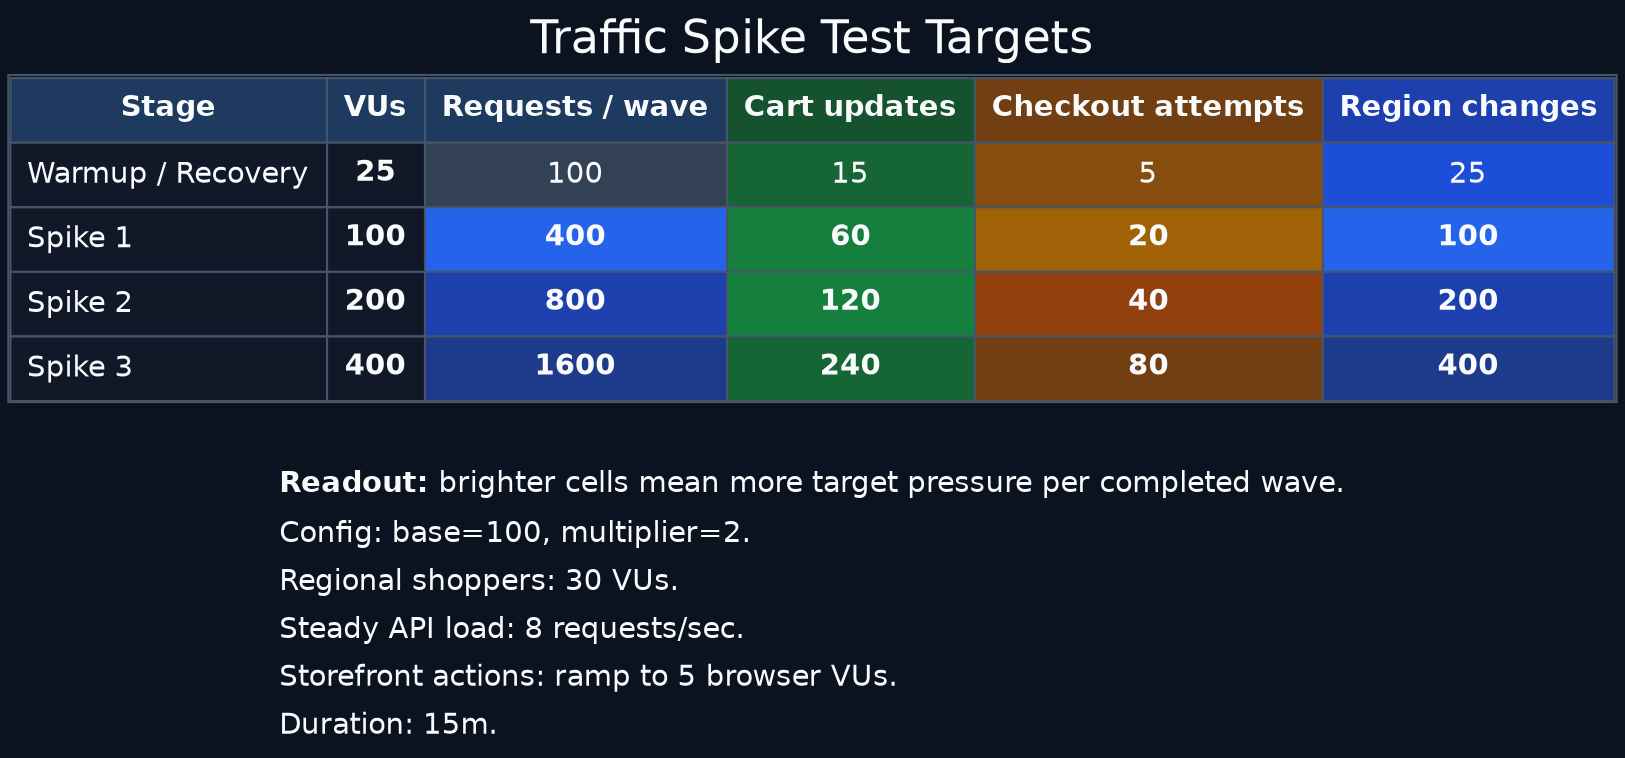
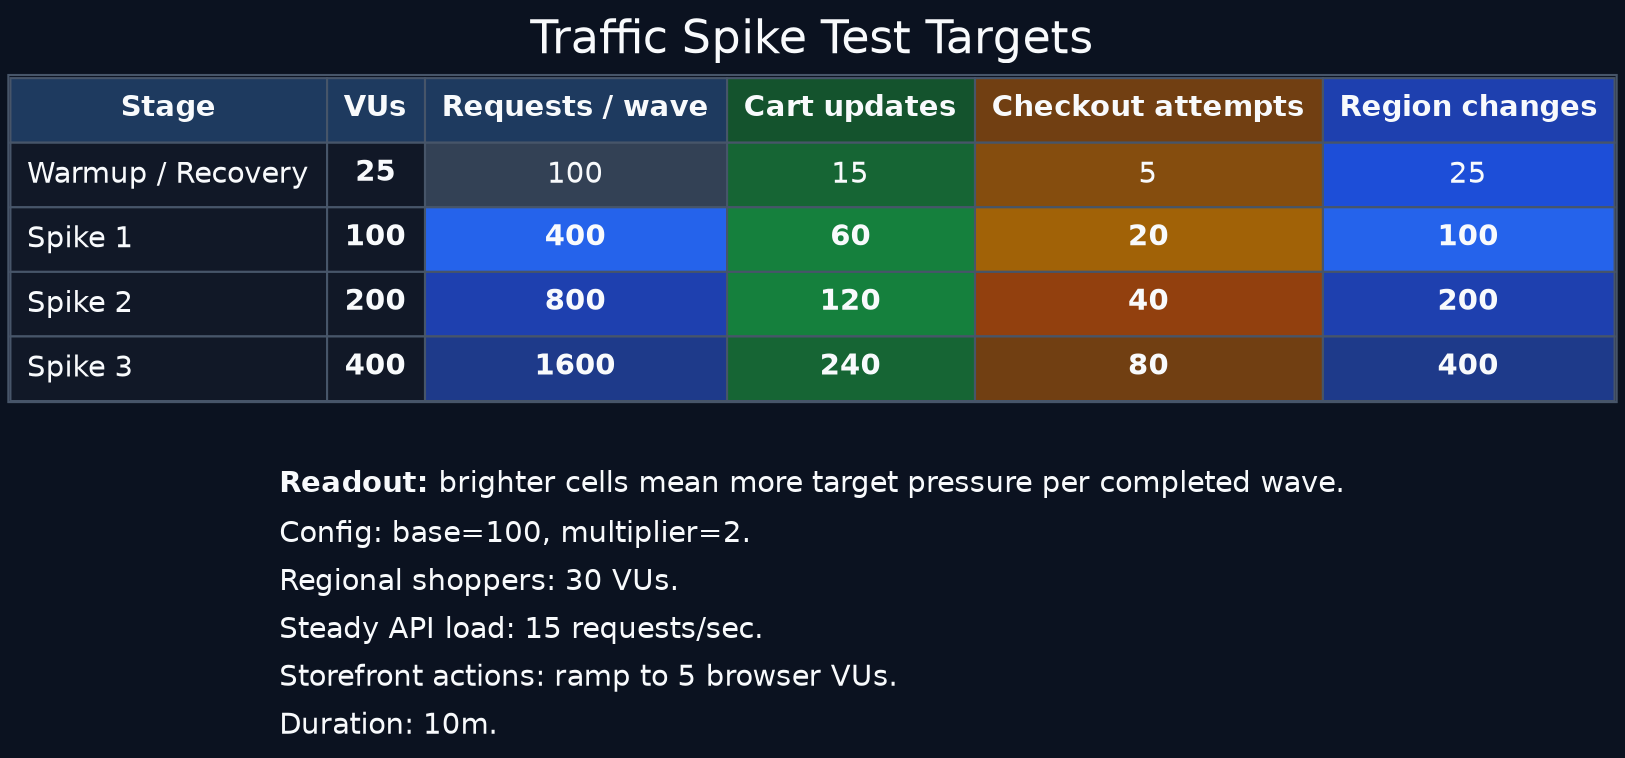
digraph traffic_spike_target_heatmap_dark {
  graph [rankdir=TB, labelloc=t, label="Traffic Spike Test Targets", bgcolor="#0b1220", fontcolor="#f8fafc", fontsize=22, fontname="Helvetica", nodesep=0.35, ranksep=0.4];
  node [shape=plain, fontname="Helvetica", fontcolor="#f8fafc"];
  edge [style=invis];

  target_heatmap [label=<
    <TABLE BORDER="1" CELLBORDER="1" CELLSPACING="0" CELLPADDING="7" COLOR="#475569">
      <TR><TD BGCOLOR="#1e3a5f"><FONT COLOR="#f8fafc"><B>Stage</B></FONT></TD><TD BGCOLOR="#1e3a5f"><FONT COLOR="#f8fafc"><B>VUs</B></FONT></TD><TD BGCOLOR="#1e3a5f"><FONT COLOR="#f8fafc"><B>Requests / wave</B></FONT></TD><TD BGCOLOR="#14532d"><FONT COLOR="#f8fafc"><B>Cart updates</B></FONT></TD><TD BGCOLOR="#713f12"><FONT COLOR="#f8fafc"><B>Checkout attempts</B></FONT></TD><TD BGCOLOR="#1e40af"><FONT COLOR="#f8fafc"><B>Region changes</B></FONT></TD></TR>
      <TR><TD ALIGN="LEFT" BGCOLOR="#111827"><FONT COLOR="#f8fafc">Warmup / Recovery</FONT></TD><TD BGCOLOR="#111827"><FONT COLOR="#f8fafc"><B>25</B></FONT></TD><TD BGCOLOR="#334155"><FONT COLOR="#f8fafc">100</FONT></TD><TD BGCOLOR="#166534"><FONT COLOR="#f8fafc">15</FONT></TD><TD BGCOLOR="#854d0e"><FONT COLOR="#f8fafc">5</FONT></TD><TD BGCOLOR="#1d4ed8"><FONT COLOR="#f8fafc">25</FONT></TD></TR>
      <TR><TD ALIGN="LEFT" BGCOLOR="#111827"><FONT COLOR="#f8fafc">Spike 1</FONT></TD><TD BGCOLOR="#111827"><FONT COLOR="#f8fafc"><B>100</B></FONT></TD><TD BGCOLOR="#2563eb"><FONT COLOR="#f8fafc"><B>400</B></FONT></TD><TD BGCOLOR="#15803d"><FONT COLOR="#f8fafc"><B>60</B></FONT></TD><TD BGCOLOR="#a16207"><FONT COLOR="#f8fafc"><B>20</B></FONT></TD><TD BGCOLOR="#2563eb"><FONT COLOR="#f8fafc"><B>100</B></FONT></TD></TR>
      <TR><TD ALIGN="LEFT" BGCOLOR="#111827"><FONT COLOR="#f8fafc">Spike 2</FONT></TD><TD BGCOLOR="#111827"><FONT COLOR="#f8fafc"><B>200</B></FONT></TD><TD BGCOLOR="#1e40af"><FONT COLOR="#f8fafc"><B>800</B></FONT></TD><TD BGCOLOR="#15803d"><FONT COLOR="#f8fafc"><B>120</B></FONT></TD><TD BGCOLOR="#92400e"><FONT COLOR="#f8fafc"><B>40</B></FONT></TD><TD BGCOLOR="#1e40af"><FONT COLOR="#f8fafc"><B>200</B></FONT></TD></TR>
      <TR><TD ALIGN="LEFT" BGCOLOR="#111827"><FONT COLOR="#f8fafc">Spike 3</FONT></TD><TD BGCOLOR="#111827"><FONT COLOR="#f8fafc"><B>400</B></FONT></TD><TD BGCOLOR="#1e3a8a"><FONT COLOR="#f8fafc"><B>1600</B></FONT></TD><TD BGCOLOR="#166534"><FONT COLOR="#f8fafc"><B>240</B></FONT></TD><TD BGCOLOR="#713f12"><FONT COLOR="#f8fafc"><B>80</B></FONT></TD><TD BGCOLOR="#1e3a8a"><FONT COLOR="#f8fafc"><B>400</B></FONT></TD></TR>
    </TABLE>
  >];

  target_note [label=<
    <TABLE BORDER="0" CELLBORDER="0" CELLSPACING="0" CELLPADDING="4">
      <TR><TD ALIGN="LEFT"><FONT COLOR="#f8fafc"><B>Readout:</B> brighter cells mean more target pressure per completed wave.</FONT></TD></TR>
      <TR><TD ALIGN="LEFT"><FONT COLOR="#f8fafc">Config: base=100, multiplier=2.</FONT></TD></TR>
      <TR><TD ALIGN="LEFT"><FONT COLOR="#f8fafc">Regional shoppers: 30 VUs.</FONT></TD></TR>
-       <TR><TD ALIGN="LEFT"><FONT COLOR="#f8fafc">Steady API load: 8 requests/sec.</FONT></TD></TR>
+       <TR><TD ALIGN="LEFT"><FONT COLOR="#f8fafc">Steady API load: 15 requests/sec.</FONT></TD></TR>
      <TR><TD ALIGN="LEFT"><FONT COLOR="#f8fafc">Storefront actions: ramp to 5 browser VUs.</FONT></TD></TR>
-       <TR><TD ALIGN="LEFT"><FONT COLOR="#f8fafc">Duration: 15m.</FONT></TD></TR>
+       <TR><TD ALIGN="LEFT"><FONT COLOR="#f8fafc">Duration: 10m.</FONT></TD></TR>
    </TABLE>
  >];

  target_heatmap -> target_note;
}
